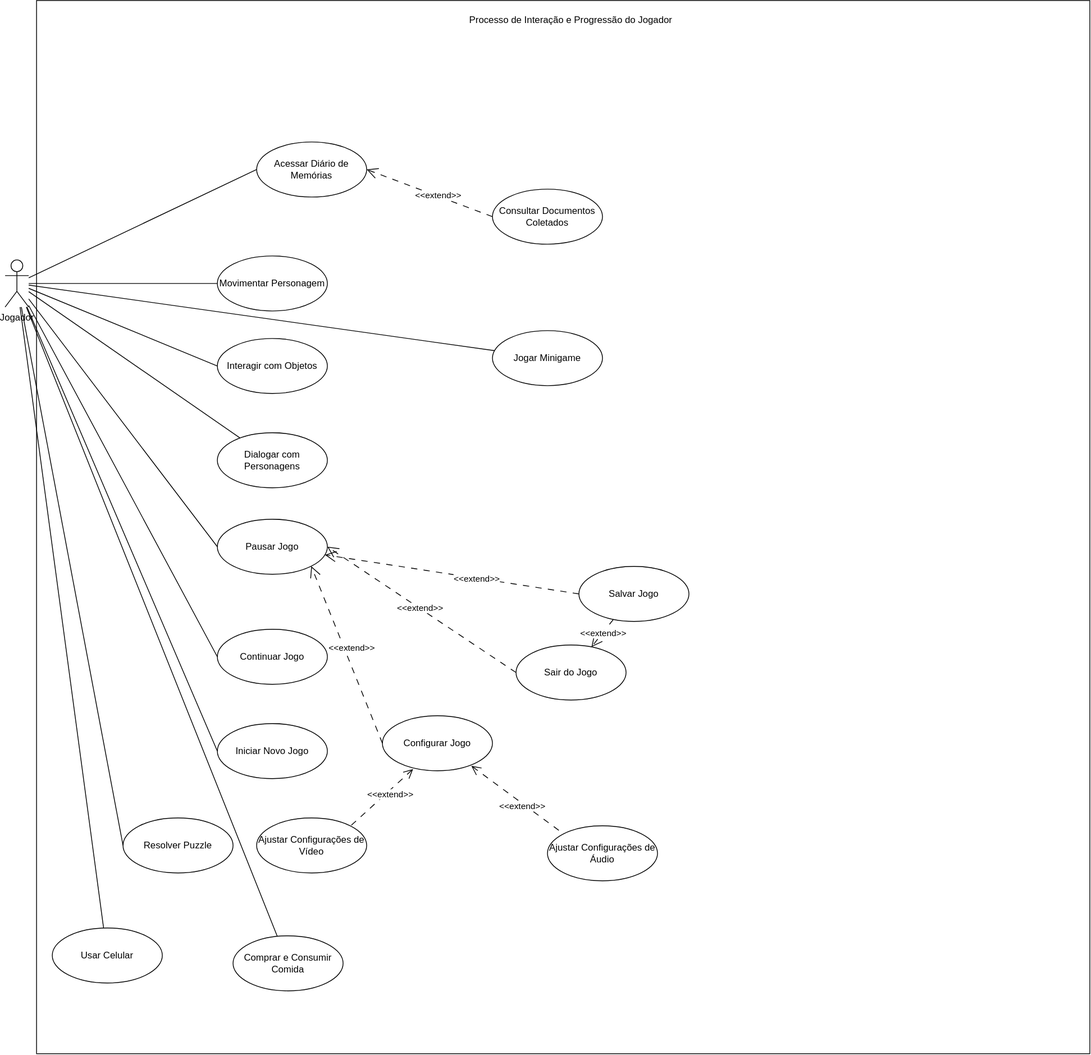
Above: docs/casos-de-uso/caso-de-uso.drawio.svg in omatheusfaria/Ani (draw.io), before the change. Source tidied: cells renumbered, new cells last; positions are measured from the earlier drawing's top-left corner, leaving out a move shared by most shapes.
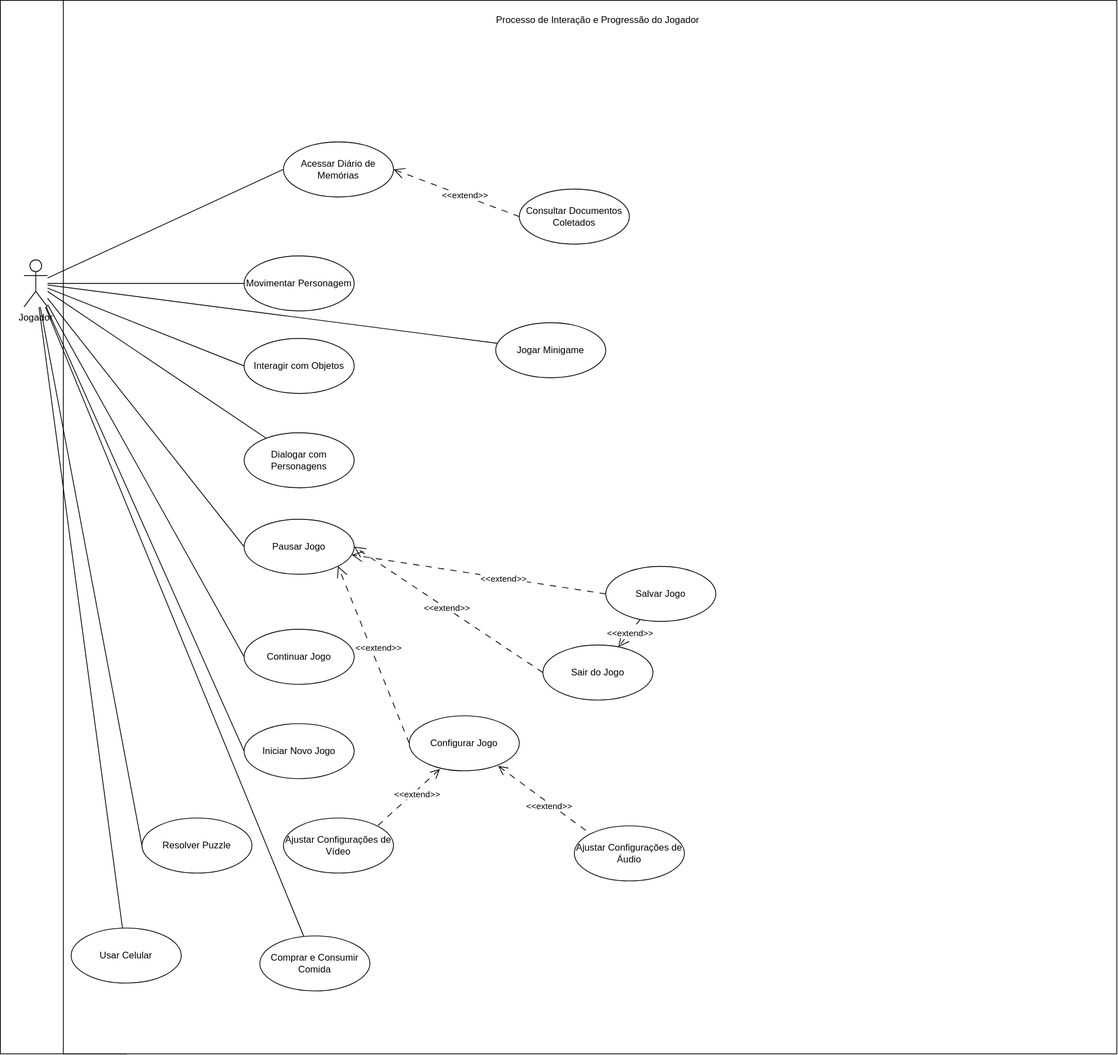
Above is the later version.

Commit message:
Ajusta layout do diagrama de casos de uso

Ajusta o tamanho da página e a posição do ator no caso-de-uso.drawio, com o .drawio.svg reexportado.

Claude-Session: https://claude.ai/code/session_01GSUJn7MeUPCWy2HnHipFKm

Diff of the diagram source:
```diff
@@ -2,6 +2,9 @@
   <root>
     <mxCell id="0" />
     <mxCell id="1" parent="0" />
+    <mxCell id="47" style="rounded=0;whiteSpace=wrap;html=1;" parent="1" vertex="1">
+      <mxGeometry x="-40" width="160" height="1340" as="geometry" />
+    </mxCell>
     <mxCell id="2" value="&lt;div align=&quot;center&quot;&gt;&lt;br&gt;&lt;/div&gt;" style="whiteSpace=wrap;html=1;" parent="1" vertex="1">
       <mxGeometry x="40" width="1340" height="1340" as="geometry" />
     </mxCell>
@@ -18,7 +21,7 @@
       <mxGeometry relative="1" as="geometry" />
     </mxCell>
     <mxCell id="7" value="&lt;div&gt;Jogador&lt;/div&gt;" style="shape=umlActor;verticalLabelPosition=bottom;verticalAlign=top;html=1;outlineConnect=0;" parent="1" vertex="1">
-      <mxGeometry y="330" width="30" height="60" as="geometry" />
+      <mxGeometry x="-10" y="330" width="30" height="60" as="geometry" />
     </mxCell>
     <mxCell id="8" value="Movimentar Personagem" style="ellipse;whiteSpace=wrap;html=1;" parent="1" vertex="1">
       <mxGeometry x="270" y="325" width="140" height="70" as="geometry" />
@@ -118,13 +121,13 @@
       <mxGeometry relative="1" as="geometry" />
     </mxCell>
     <mxCell id="39" value="Resolver Puzzle" style="ellipse;whiteSpace=wrap;html=1;" parent="1" vertex="1">
-      <mxGeometry x="150" y="1040" width="140" height="70" as="geometry" />
+      <mxGeometry x="140" y="1040" width="140" height="70" as="geometry" />
     </mxCell>
     <mxCell id="40" style="rounded=0;jettySize=auto;html=1;entryX=0;entryY=0.5;entryDx=0;entryDy=0;endArrow=none;endFill=0;" parent="1" edge="1" source="7" target="39">
       <mxGeometry relative="1" as="geometry" />
     </mxCell>
     <mxCell id="41" value="Usar Celular" style="ellipse;whiteSpace=wrap;html=1;" parent="1" vertex="1">
-      <mxGeometry x="60" y="1180" width="140" height="70" as="geometry" />
+      <mxGeometry x="50" y="1180" width="140" height="70" as="geometry" />
     </mxCell>
     <mxCell id="42" style="rounded=0;jettySize=auto;html=1;endArrow=none;endFill=0;" parent="1" edge="1" source="7" target="41">
       <mxGeometry relative="1" as="geometry" />
@@ -136,7 +139,7 @@
       <mxGeometry relative="1" as="geometry" />
     </mxCell>
     <mxCell id="45" value="Jogar Minigame" style="ellipse;whiteSpace=wrap;html=1;" parent="1" vertex="1">
-      <mxGeometry x="620" y="420" width="140" height="70" as="geometry" />
+      <mxGeometry x="590" y="410" width="140" height="70" as="geometry" />
     </mxCell>
     <mxCell id="46" style="rounded=0;jettySize=auto;html=1;endArrow=none;endFill=0;" parent="1" edge="1" source="7" target="45">
       <mxGeometry relative="1" as="geometry" />
```
